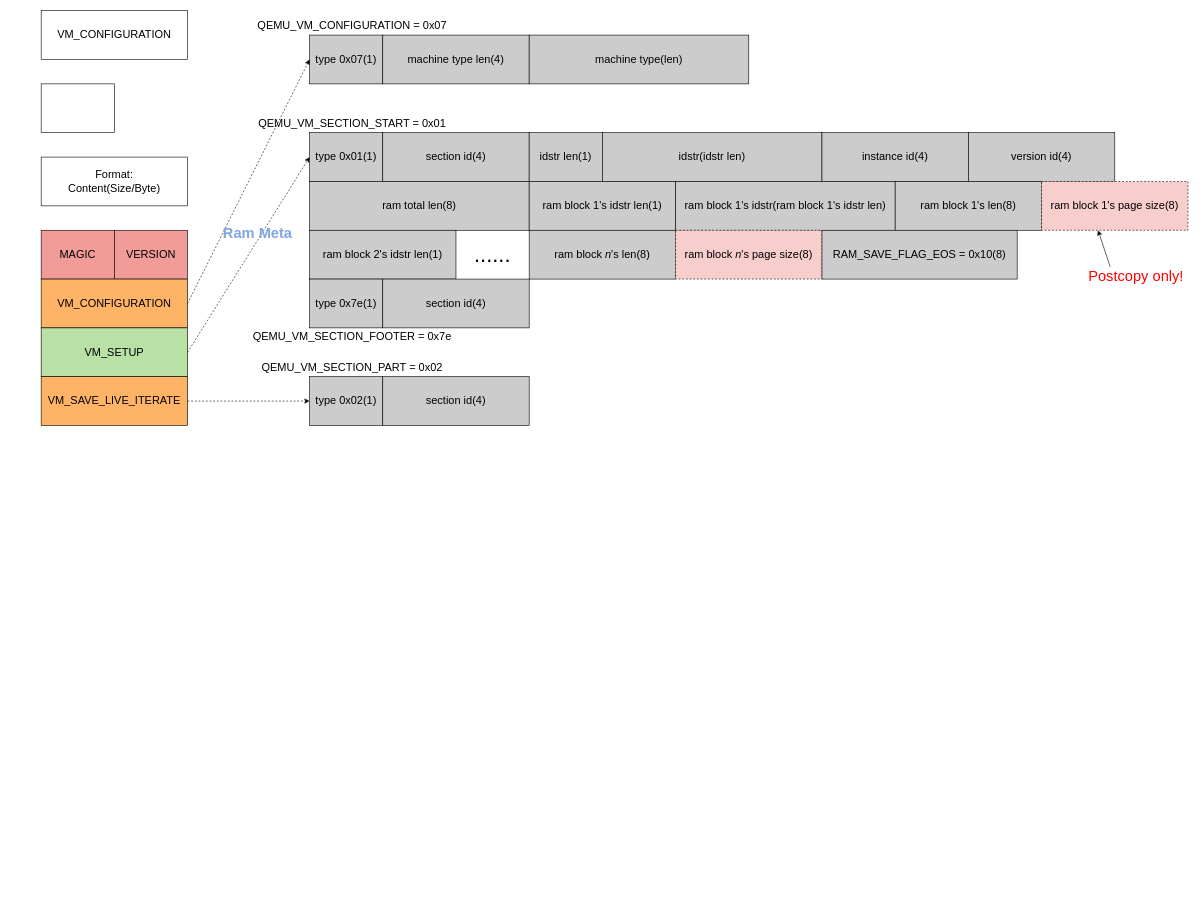
The draw.io diagram qemu-migration/vmstate.drawio in xuyizhe1999/drawio, before the edit. Source tidied: cells renumbered, new cells numbered last; positions are measured from the earlier drawing's top-left corner, leaving out a move shared by most shapes. Both pictures are drawn from the tidied source at 61%, with x=0, y=0 at pixel (41, 10).
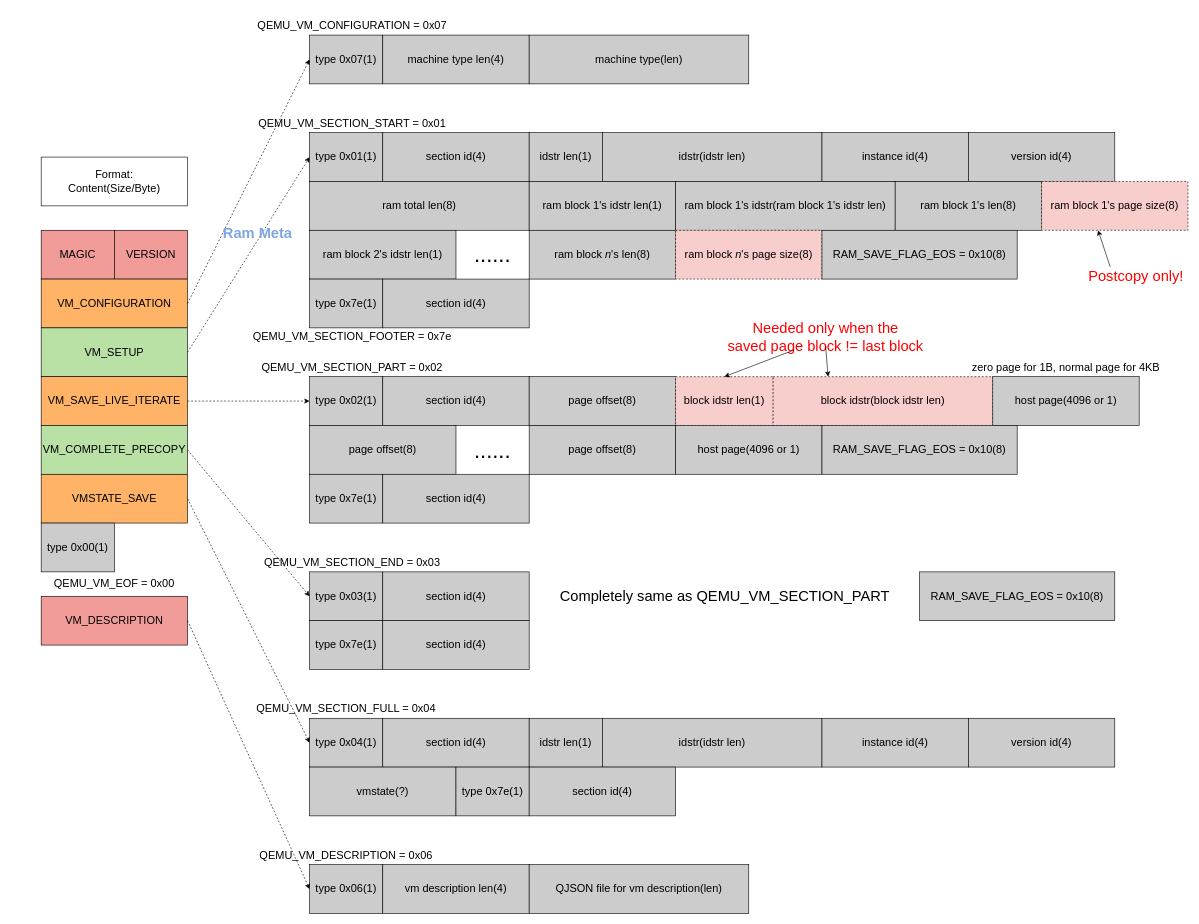
Above is the later version.

Change to the diagram source:
```diff
@@
-    <mxCell id="4" style="rounded=0;whiteSpace=wrap;html=1;" parent="1" vertex="1">
-      <mxGeometry y="120" width="120" height="80" as="geometry" />
-    </mxCell>
@@
-    <mxCell id="6" value="&lt;font style=&quot;font-size: 18px;&quot;&gt;VM_CONFIGURATION&lt;/font&gt;" style="rounded=0;whiteSpace=wrap;html=1;" parent="1" vertex="1">
-      <mxGeometry width="240" height="80" as="geometry" />
-    </mxCell>
@@
+    <mxCell id="43" value="page offset(8)" style="rounded=0;whiteSpace=wrap;html=1;fontSize=18;fillColor=#CCCCCC;" parent="1" vertex="1">
+      <mxGeometry x="800" y="600" width="240" height="80" as="geometry" />
+    </mxCell>
+    <mxCell id="44" value="block idstr len(1)" style="rounded=0;whiteSpace=wrap;html=1;fontSize=18;fillColor=#F8CECC;dashed=1;" parent="1" vertex="1">
+      <mxGeometry x="1040" y="600" width="160" height="80" as="geometry" />
+    </mxCell>
+    <mxCell id="45" value="block idstr(block idstr len)" style="rounded=0;whiteSpace=wrap;html=1;fontSize=18;fillColor=#F8CECC;dashed=1;" parent="1" vertex="1">
+      <mxGeometry x="1200" y="600" width="360" height="80" as="geometry" />
+    </mxCell>
+    <mxCell id="46" value="&lt;font color=&quot;#ff0000&quot;&gt;Needed only when the &lt;br&gt;saved page block != last block&lt;/font&gt;" style="text;html=1;strokeColor=none;fillColor=none;align=center;verticalAlign=middle;whiteSpace=wrap;rounded=0;fontSize=24;fontColor=#7EA6E0;" parent="1" vertex="1">
+      <mxGeometry x="1121" y="520" width="330" height="30" as="geometry" />
+    </mxCell>
+    <mxCell id="47" style="endArrow=classic;html=1;rounded=0;fontSize=24;fontColor=#FF0000;exitX=0.341;exitY=1.219;exitDx=0;exitDy=0;entryX=0.5;entryY=0;entryDx=0;entryDy=0;exitPerimeter=0;" parent="1" edge="1" source="46" target="44">
+      <mxGeometry relative="1" as="geometry" />
+    </mxCell>
+    <mxCell id="48" style="endArrow=classic;html=1;rounded=0;fontSize=24;fontColor=#FF0000;exitX=0.5;exitY=1;exitDx=0;exitDy=0;entryX=0.25;entryY=0;entryDx=0;entryDy=0;" parent="1" edge="1" source="46" target="45">
+      <mxGeometry relative="1" as="geometry" />
+    </mxCell>
+    <mxCell id="49" value="host page(4096 or 1)" style="rounded=0;whiteSpace=wrap;html=1;fontSize=18;fillColor=#CCCCCC;" parent="1" vertex="1">
+      <mxGeometry x="1560" y="600" width="240" height="80" as="geometry" />
+    </mxCell>
+    <mxCell id="50" value="zero page for 1B, normal page for 4KB" style="text;html=1;strokeColor=none;fillColor=none;align=center;verticalAlign=middle;whiteSpace=wrap;rounded=0;fontSize=18;" parent="1" vertex="1">
+      <mxGeometry x="1510" y="570" width="340" height="30" as="geometry" />
+    </mxCell>
+    <mxCell id="51" value="page offset(8)" style="rounded=0;whiteSpace=wrap;html=1;fontSize=18;fillColor=#CCCCCC;" parent="1" vertex="1">
+      <mxGeometry x="440" y="680" width="240" height="80" as="geometry" />
+    </mxCell>
+    <mxCell id="52" value="&lt;font style=&quot;font-size: 36px;&quot; color=&quot;#000000&quot;&gt;......&lt;/font&gt;" style="text;html=1;strokeColor=none;fillColor=none;align=center;verticalAlign=middle;whiteSpace=wrap;rounded=0;fontSize=24;fontColor=#FF0000;" parent="1" vertex="1">
+      <mxGeometry x="710" y="705" width="60" height="30" as="geometry" />
+    </mxCell>
+    <mxCell id="53" value="page offset(8)" style="rounded=0;whiteSpace=wrap;html=1;fontSize=18;fillColor=#CCCCCC;" parent="1" vertex="1">
+      <mxGeometry x="800" y="680" width="240" height="80" as="geometry" />
+    </mxCell>
+    <mxCell id="54" value="host page(4096 or 1)" style="rounded=0;whiteSpace=wrap;html=1;fontSize=18;fillColor=#CCCCCC;" parent="1" vertex="1">
+      <mxGeometry x="1040" y="680" width="240" height="80" as="geometry" />
+    </mxCell>
+    <mxCell id="55" value="RAM_SAVE_FLAG_EOS = 0x10(8)" style="rounded=0;whiteSpace=wrap;html=1;fontSize=18;fillColor=#CCCCCC;" parent="1" vertex="1">
+      <mxGeometry x="1280" y="680" width="320" height="80" as="geometry" />
+    </mxCell>
+    <mxCell id="56" value="type 0x7e(1)" style="rounded=0;whiteSpace=wrap;html=1;fontSize=18;fillColor=#CCCCCC;" parent="1" vertex="1">
+      <mxGeometry x="440" y="760" width="120" height="80" as="geometry" />
+    </mxCell>
+    <mxCell id="57" value="section id(4)" style="rounded=0;whiteSpace=wrap;html=1;fontSize=18;fillColor=#CCCCCC;" parent="1" vertex="1">
+      <mxGeometry x="560" y="760" width="240" height="80" as="geometry" />
+    </mxCell>
+    <mxCell id="58" value="&lt;font style=&quot;font-size: 18px;&quot;&gt;VM_COMPLETE_PRECOPY&lt;/font&gt;" style="rounded=0;whiteSpace=wrap;html=1;fillColor=#B9E0A5;" parent="1" vertex="1">
+      <mxGeometry y="680" width="240" height="80" as="geometry" />
+    </mxCell>
+    <mxCell id="59" value="type 0x03(1)" style="rounded=0;whiteSpace=wrap;html=1;fontSize=18;fillColor=#CCCCCC;" parent="1" vertex="1">
+      <mxGeometry x="440" y="920" width="120" height="80" as="geometry" />
+    </mxCell>
+    <mxCell id="60" value="section id(4)" style="rounded=0;whiteSpace=wrap;html=1;fontSize=18;fillColor=#CCCCCC;" parent="1" vertex="1">
+      <mxGeometry x="560" y="920" width="240" height="80" as="geometry" />
+    </mxCell>
+    <mxCell id="61" value="QEMU_VM_SECTION_END = 0x03" style="text;html=1;strokeColor=none;fillColor=none;align=center;verticalAlign=middle;whiteSpace=wrap;rounded=0;fontSize=18;" parent="1" vertex="1">
+      <mxGeometry x="340" y="890" width="340" height="30" as="geometry" />
+    </mxCell>
+    <mxCell id="62" style="endArrow=classic;html=1;rounded=0;fontSize=18;entryX=0;entryY=0.5;entryDx=0;entryDy=0;dashed=1;exitX=1;exitY=0.5;exitDx=0;exitDy=0;" parent="1" edge="1" source="58" target="59">
+      <mxGeometry relative="1" as="geometry" />
+    </mxCell>
+    <mxCell id="63" value="&lt;font style=&quot;font-size: 24px;&quot;&gt;&lt;font style=&quot;&quot;&gt;Completely same as&amp;nbsp;&lt;/font&gt;QEMU_VM_SECTION_PART&lt;/font&gt;" style="text;html=1;strokeColor=none;fillColor=none;align=center;verticalAlign=middle;whiteSpace=wrap;rounded=0;dashed=1;" parent="1" vertex="1">
+      <mxGeometry x="841" y="945" width="560" height="30" as="geometry" />
+    </mxCell>
+    <mxCell id="64" value="type 0x7e(1)" style="rounded=0;whiteSpace=wrap;html=1;fontSize=18;fillColor=#CCCCCC;" parent="1" vertex="1">
+      <mxGeometry x="440" y="1000" width="120" height="80" as="geometry" />
+    </mxCell>
+    <mxCell id="65" value="section id(4)" style="rounded=0;whiteSpace=wrap;html=1;fontSize=18;fillColor=#CCCCCC;" parent="1" vertex="1">
+      <mxGeometry x="560" y="1000" width="240" height="80" as="geometry" />
+    </mxCell>
+    <mxCell id="66" value="RAM_SAVE_FLAG_EOS = 0x10(8)" style="rounded=0;whiteSpace=wrap;html=1;fontSize=18;fillColor=#CCCCCC;" parent="1" vertex="1">
+      <mxGeometry x="1440" y="920" width="320" height="80" as="geometry" />
+    </mxCell>
+    <mxCell id="67" value="&lt;font style=&quot;font-size: 18px;&quot;&gt;VMSTATE_SAVE&lt;/font&gt;" style="rounded=0;whiteSpace=wrap;html=1;fillColor=#FFB366;" parent="1" vertex="1">
+      <mxGeometry y="760" width="240" height="80" as="geometry" />
+    </mxCell>
+    <mxCell id="68" value="type 0x04(1)" style="rounded=0;whiteSpace=wrap;html=1;fontSize=18;fillColor=#CCCCCC;" parent="1" vertex="1">
+      <mxGeometry x="440" y="1160" width="120" height="80" as="geometry" />
+    </mxCell>
+    <mxCell id="69" value="QEMU_VM_SECTION_FULL = 0x04" style="text;html=1;strokeColor=none;fillColor=none;align=center;verticalAlign=middle;whiteSpace=wrap;rounded=0;fontSize=18;" parent="1" vertex="1">
+      <mxGeometry x="330" y="1130" width="340" height="30" as="geometry" />
+    </mxCell>
+    <mxCell id="70" value="section id(4)" style="rounded=0;whiteSpace=wrap;html=1;fontSize=18;fillColor=#CCCCCC;" parent="1" vertex="1">
+      <mxGeometry x="560" y="1160" width="240" height="80" as="geometry" />
+    </mxCell>
+    <mxCell id="71" value="idstr len(1)" style="rounded=0;whiteSpace=wrap;html=1;fontSize=18;fillColor=#CCCCCC;" parent="1" vertex="1">
+      <mxGeometry x="800" y="1160" width="120" height="80" as="geometry" />
+    </mxCell>
+    <mxCell id="72" value="idstr(idstr len)" style="rounded=0;whiteSpace=wrap;html=1;fontSize=18;fillColor=#CCCCCC;" parent="1" vertex="1">
+      <mxGeometry x="920" y="1160" width="360" height="80" as="geometry" />
+    </mxCell>
+    <mxCell id="73" value="instance id(4)" style="rounded=0;whiteSpace=wrap;html=1;fontSize=18;fillColor=#CCCCCC;" parent="1" vertex="1">
+      <mxGeometry x="1280" y="1160" width="240" height="80" as="geometry" />
+    </mxCell>
+    <mxCell id="74" value="version id(4)" style="rounded=0;whiteSpace=wrap;html=1;fontSize=18;fillColor=#CCCCCC;" parent="1" vertex="1">
+      <mxGeometry x="1520" y="1160" width="240" height="80" as="geometry" />
+    </mxCell>
+    <mxCell id="75" value="vmstate(?)" style="rounded=0;whiteSpace=wrap;html=1;fontSize=18;fillColor=#CCCCCC;" parent="1" vertex="1">
+      <mxGeometry x="440" y="1240" width="240" height="80" as="geometry" />
+    </mxCell>
+    <mxCell id="76" value="type 0x7e(1)" style="rounded=0;whiteSpace=wrap;html=1;fontSize=18;fillColor=#CCCCCC;" parent="1" vertex="1">
+      <mxGeometry x="680" y="1240" width="120" height="80" as="geometry" />
+    </mxCell>
+    <mxCell id="77" value="section id(4)" style="rounded=0;whiteSpace=wrap;html=1;fontSize=18;fillColor=#CCCCCC;" parent="1" vertex="1">
+      <mxGeometry x="800" y="1240" width="240" height="80" as="geometry" />
+    </mxCell>
+    <mxCell id="78" style="endArrow=classic;html=1;rounded=0;fontSize=18;entryX=0;entryY=0.5;entryDx=0;entryDy=0;dashed=1;exitX=1;exitY=0.5;exitDx=0;exitDy=0;" parent="1" edge="1" source="67" target="68">
+      <mxGeometry relative="1" as="geometry" />
+    </mxCell>
+    <mxCell id="79" value="type 0x00(1)" style="rounded=0;whiteSpace=wrap;html=1;fontSize=18;fillColor=#CCCCCC;" parent="1" vertex="1">
+      <mxGeometry y="840" width="120" height="80" as="geometry" />
+    </mxCell>
+    <mxCell id="80" value="QEMU_VM_EOF = 0x00" style="text;html=1;strokeColor=none;fillColor=none;align=center;verticalAlign=middle;whiteSpace=wrap;rounded=0;fontSize=18;" parent="1" vertex="1">
+      <mxGeometry x="-50" y="920" width="340" height="40" as="geometry" />
+    </mxCell>
+    <mxCell id="81" value="&lt;font style=&quot;font-size: 18px;&quot;&gt;VM_DESCRIPTION&lt;/font&gt;" style="rounded=0;whiteSpace=wrap;html=1;fillColor=#F19C99;" parent="1" vertex="1">
+      <mxGeometry y="960" width="240" height="80" as="geometry" />
+    </mxCell>
+    <mxCell id="82" value="type 0x06(1)" style="rounded=0;whiteSpace=wrap;html=1;fontSize=18;fillColor=#CCCCCC;" parent="1" vertex="1">
+      <mxGeometry x="440" y="1400" width="120" height="80" as="geometry" />
+    </mxCell>
+    <mxCell id="83" value="QEMU_VM_DESCRIPTION = 0x06" style="text;html=1;strokeColor=none;fillColor=none;align=center;verticalAlign=middle;whiteSpace=wrap;rounded=0;fontSize=18;" parent="1" vertex="1">
+      <mxGeometry x="330" y="1370" width="340" height="30" as="geometry" />
+    </mxCell>
+    <mxCell id="84" value="vm description len(4)" style="rounded=0;whiteSpace=wrap;html=1;fontSize=18;fillColor=#CCCCCC;" parent="1" vertex="1">
+      <mxGeometry x="560" y="1400" width="240" height="80" as="geometry" />
+    </mxCell>
+    <mxCell id="85" value="QJSON file for vm description(len)" style="rounded=0;whiteSpace=wrap;html=1;fontSize=18;fillColor=#CCCCCC;" parent="1" vertex="1">
+      <mxGeometry x="800" y="1400" width="360" height="80" as="geometry" />
+    </mxCell>
+    <mxCell id="86" style="endArrow=classic;html=1;rounded=0;fontSize=18;entryX=0;entryY=0.5;entryDx=0;entryDy=0;dashed=1;exitX=1;exitY=0.5;exitDx=0;exitDy=0;" parent="1" edge="1" source="81" target="82">
+      <mxGeometry relative="1" as="geometry" />
+    </mxCell>
```
